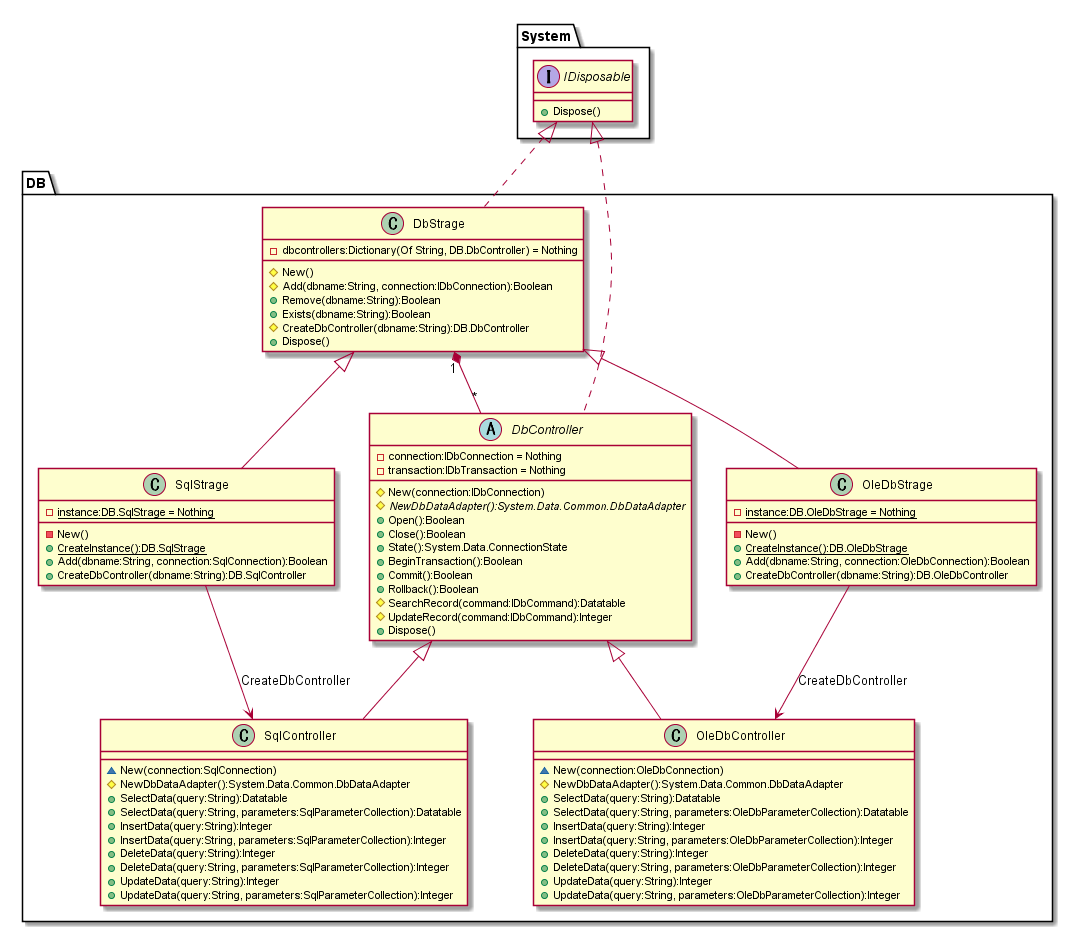
This is doc/ClassDiagram/DbControll.png from hirorich/CommonTool, a PlantUML export, as it was before one commit. Source of this version:
```plantuml
@startuml DbControll.png

interface System.IDisposable {
  + Dispose()
}

class DB.DbStrage {
  - {field} dbcontrollers:Dictionary(Of String, DB.DbController) = Nothing

  # New()
  # Add(dbname:String, connection:IDbConnection):Boolean
  + Remove(dbname:String):Boolean
  + Exists(dbname:String):Boolean
  # CreateDbController(dbname:String):DB.DbController
  + Dispose()
}
System.IDisposable <|.. DB.DbStrage

class DB.SqlStrage {
  - {static} instance:DB.SqlStrage = Nothing

  - New()
  + {static} CreateInstance():DB.SqlStrage
  + Add(dbname:String, connection:SqlConnection):Boolean
  + CreateDbController(dbname:String):DB.SqlController
}
DB.DbStrage <|-- DB.SqlStrage

class DB.OleDbStrage {
  - {static} instance:DB.OleDbStrage = Nothing

  - New()
  + {static} CreateInstance():DB.OleDbStrage
  + Add(dbname:String, connection:OleDbConnection):Boolean
  + CreateDbController(dbname:String):DB.OleDbController
}
DB.DbStrage <|-- DB.OleDbStrage

abstract class DB.DbController {
  - connection:IDbConnection = Nothing
  - transaction:IDbTransaction = Nothing

  # New(connection:IDbConnection)
  # {abstract} NewDbDataAdapter():System.Data.Common.DbDataAdapter
  + Open():Boolean
  + Close():Boolean
  + State():System.Data.ConnectionState
  + BeginTransaction():Boolean
  + Commit():Boolean
  + Rollback():Boolean
  # SearchRecord(command:IDbCommand):Datatable
  # UpdateRecord(command:IDbCommand):Integer
  + Dispose()
}
System.IDisposable <|.. DB.DbController

class DB.SqlController {

  ~ New(connection:SqlConnection)
  # NewDbDataAdapter():System.Data.Common.DbDataAdapter
  + SelectData(query:String):Datatable
  + SelectData(query:String, parameters:SqlParameterCollection):Datatable
  + InsertData(query:String):Integer
  + InsertData(query:String, parameters:SqlParameterCollection):Integer
  + DeleteData(query:String):Integer
  + DeleteData(query:String, parameters:SqlParameterCollection):Integer
  + UpdateData(query:String):Integer
  + UpdateData(query:String, parameters:SqlParameterCollection):Integer
}
DB.DbController <|-- DB.SqlController

class DB.OleDbController {

  ~ New(connection:OleDbConnection)
  # NewDbDataAdapter():System.Data.Common.DbDataAdapter
  + SelectData(query:String):Datatable
  + SelectData(query:String, parameters:OleDbParameterCollection):Datatable
  + InsertData(query:String):Integer
  + InsertData(query:String, parameters:OleDbParameterCollection):Integer
  + DeleteData(query:String):Integer
  + DeleteData(query:String, parameters:OleDbParameterCollection):Integer
  + UpdateData(query:String):Integer
  + UpdateData(query:String, parameters:OleDbParameterCollection):Integer
}
DB.DbController <|-- DB.OleDbController

DB.DbStrage "1" *-- "*" DB.DbController

DB.SqlStrage --> DB.SqlController:CreateDbController
DB.OleDbStrage --> DB.OleDbController:CreateDbController

@enduml
```
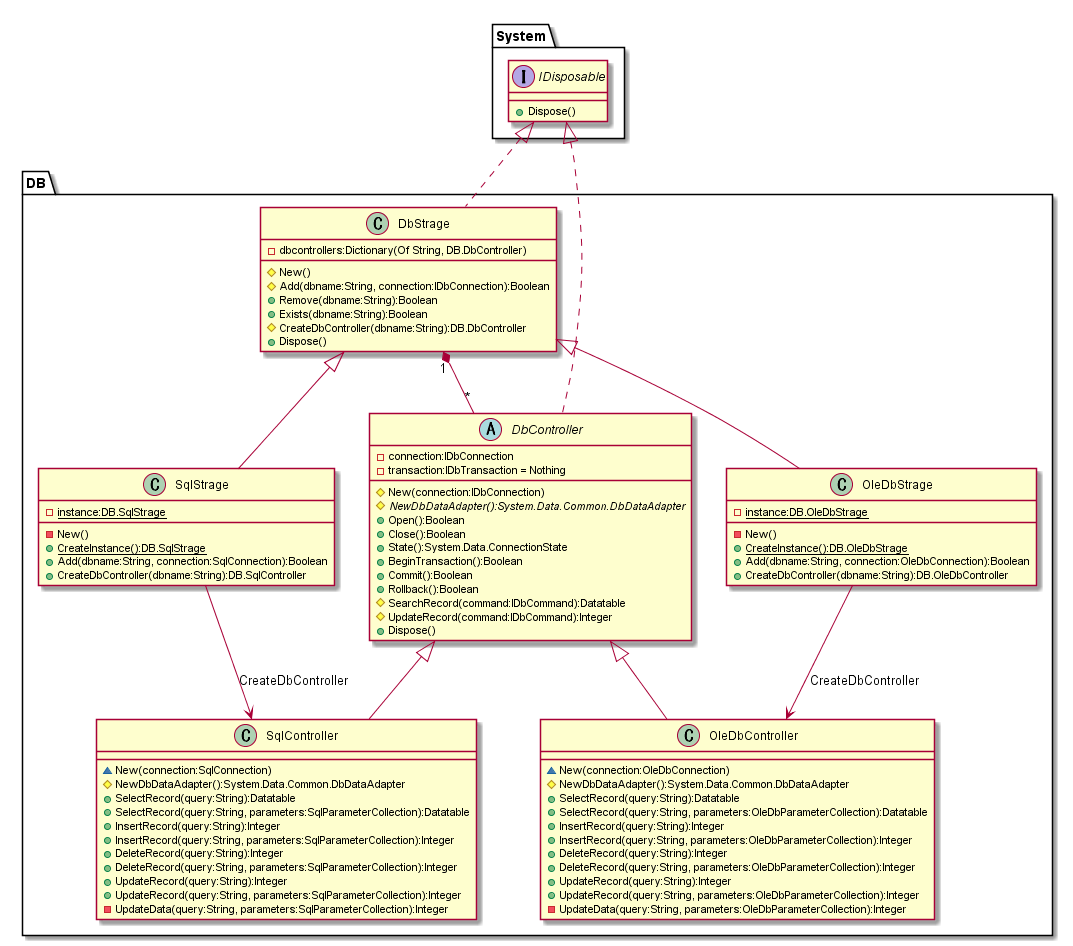
After the change.

Commit message:
関数名と初期化内容修正

What changed in the source:
```diff
@@ -5,7 +5,7 @@
 }
 
 class DB.DbStrage {
-  - {field} dbcontrollers:Dictionary(Of String, DB.DbController) = Nothing
+  - {field} dbcontrollers:Dictionary(Of String, DB.DbController)
 
   # New()
   # Add(dbname:String, connection:IDbConnection):Boolean
@@ -17,7 +17,7 @@
 System.IDisposable <|.. DB.DbStrage
 
 class DB.SqlStrage {
-  - {static} instance:DB.SqlStrage = Nothing
+  - {static} instance:DB.SqlStrage
 
   - New()
   + {static} CreateInstance():DB.SqlStrage
@@ -27,7 +27,7 @@
 DB.DbStrage <|-- DB.SqlStrage
 
 class DB.OleDbStrage {
-  - {static} instance:DB.OleDbStrage = Nothing
+  - {static} instance:DB.OleDbStrage
 
   - New()
   + {static} CreateInstance():DB.OleDbStrage
@@ -37,7 +37,7 @@
 DB.DbStrage <|-- DB.OleDbStrage
 
 abstract class DB.DbController {
-  - connection:IDbConnection = Nothing
+  - connection:IDbConnection
   - transaction:IDbTransaction = Nothing
 
   # New(connection:IDbConnection)
@@ -58,14 +58,15 @@
 
   ~ New(connection:SqlConnection)
   # NewDbDataAdapter():System.Data.Common.DbDataAdapter
-  + SelectData(query:String):Datatable
-  + SelectData(query:String, parameters:SqlParameterCollection):Datatable
-  + InsertData(query:String):Integer
-  + InsertData(query:String, parameters:SqlParameterCollection):Integer
-  + DeleteData(query:String):Integer
-  + DeleteData(query:String, parameters:SqlParameterCollection):Integer
-  + UpdateData(query:String):Integer
-  + UpdateData(query:String, parameters:SqlParameterCollection):Integer
+  + SelectRecord(query:String):Datatable
+  + SelectRecord(query:String, parameters:SqlParameterCollection):Datatable
+  + InsertRecord(query:String):Integer
+  + InsertRecord(query:String, parameters:SqlParameterCollection):Integer
+  + DeleteRecord(query:String):Integer
+  + DeleteRecord(query:String, parameters:SqlParameterCollection):Integer
+  + UpdateRecord(query:String):Integer
+  + UpdateRecord(query:String, parameters:SqlParameterCollection):Integer
+  - UpdateData(query:String, parameters:SqlParameterCollection):Integer
 }
 DB.DbController <|-- DB.SqlController
 
@@ -73,14 +74,15 @@
 
   ~ New(connection:OleDbConnection)
   # NewDbDataAdapter():System.Data.Common.DbDataAdapter
-  + SelectData(query:String):Datatable
-  + SelectData(query:String, parameters:OleDbParameterCollection):Datatable
-  + InsertData(query:String):Integer
-  + InsertData(query:String, parameters:OleDbParameterCollection):Integer
-  + DeleteData(query:String):Integer
-  + DeleteData(query:String, parameters:OleDbParameterCollection):Integer
-  + UpdateData(query:String):Integer
-  + UpdateData(query:String, parameters:OleDbParameterCollection):Integer
+  + SelectRecord(query:String):Datatable
+  + SelectRecord(query:String, parameters:OleDbParameterCollection):Datatable
+  + InsertRecord(query:String):Integer
+  + InsertRecord(query:String, parameters:OleDbParameterCollection):Integer
+  + DeleteRecord(query:String):Integer
+  + DeleteRecord(query:String, parameters:OleDbParameterCollection):Integer
+  + UpdateRecord(query:String):Integer
+  + UpdateRecord(query:String, parameters:OleDbParameterCollection):Integer
+  - UpdateData(query:String, parameters:OleDbParameterCollection):Integer
 }
 DB.DbController <|-- DB.OleDbController
 
```
